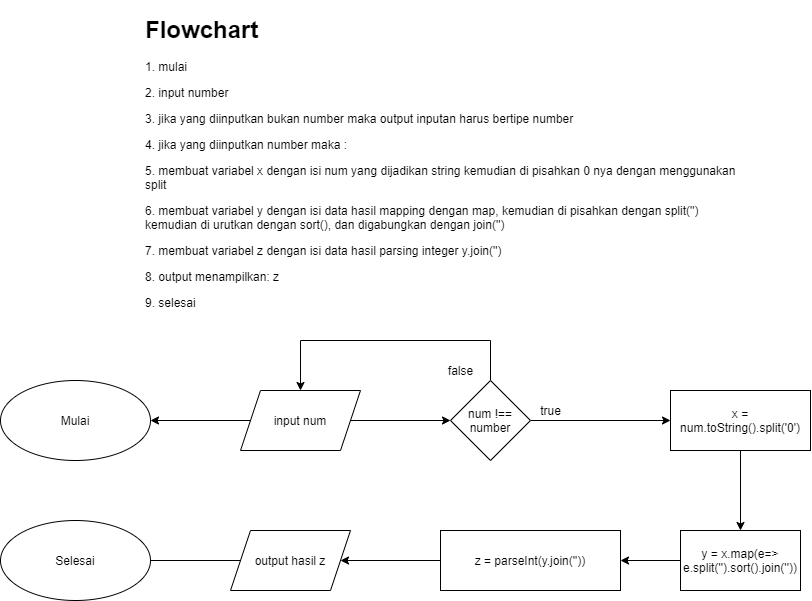
This is Implementasi-Code/divideandsort/flowchart divideAndSort.png from hasbiak/Introduction-Javascript, a draw.io export, as it was before one commit. Source tidied: cells renumbered, new cells last; positions are measured from the earlier drawing's top-left corner, leaving out a move shared by most shapes.
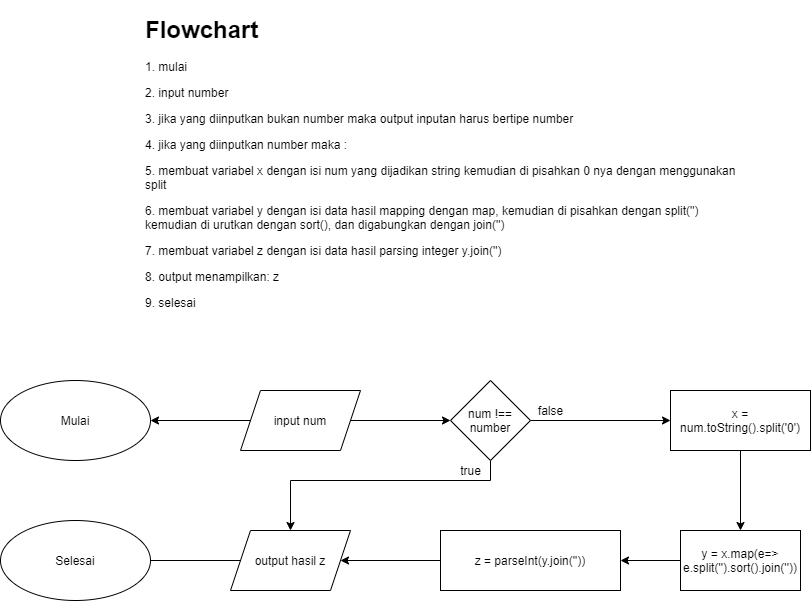
After the commit.

Diff of the diagram source:
```diff
@@ -14,11 +14,11 @@
     <mxCell id="5" style="edgeStyle=orthogonalEdgeStyle;rounded=0;jettySize=auto;html=1;" parent="1" edge="1" source="7" target="9">
       <mxGeometry relative="1" as="geometry" />
     </mxCell>
-    <mxCell id="6" style="edgeStyle=orthogonalEdgeStyle;rounded=0;jettySize=auto;html=1;entryX=0.5;entryY=0;entryDx=0;entryDy=0;" parent="1" edge="1" source="7" target="4">
+    <mxCell id="6" style="edgeStyle=orthogonalEdgeStyle;rounded=0;jettySize=auto;html=1;entryX=0.5;entryY=0;entryDx=0;entryDy=0;" parent="1" edge="1" source="7" target="17">
       <mxGeometry relative="1" as="geometry">
         <Array as="points">
-          <mxPoint x="490" y="330" />
-          <mxPoint x="300" y="330" />
+          <mxPoint x="490" y="470" />
+          <mxPoint x="290" y="470" />
         </Array>
       </mxGeometry>
     </mxCell>
@@ -44,10 +44,10 @@
       <mxGeometry x="440" y="520" width="180" height="60" as="geometry" />
     </mxCell>
     <mxCell id="14" value="true" style="text;html=1;align=center;verticalAlign=middle;fillColor=none;strokeColor=none;rounded=0;" parent="1" vertex="1">
-      <mxGeometry x="530" y="390" width="40" height="20" as="geometry" />
+      <mxGeometry x="450" y="450" width="40" height="20" as="geometry" />
     </mxCell>
     <mxCell id="15" value="false" style="text;html=1;align=center;verticalAlign=middle;fillColor=none;strokeColor=none;rounded=0;" parent="1" vertex="1">
-      <mxGeometry x="440" y="350" width="40" height="20" as="geometry" />
+      <mxGeometry x="530" y="390" width="40" height="20" as="geometry" />
     </mxCell>
     <mxCell id="16" style="edgeStyle=orthogonalEdgeStyle;rounded=0;jettySize=auto;html=1;" parent="1" edge="1" source="17">
       <mxGeometry relative="1" as="geometry">
```
